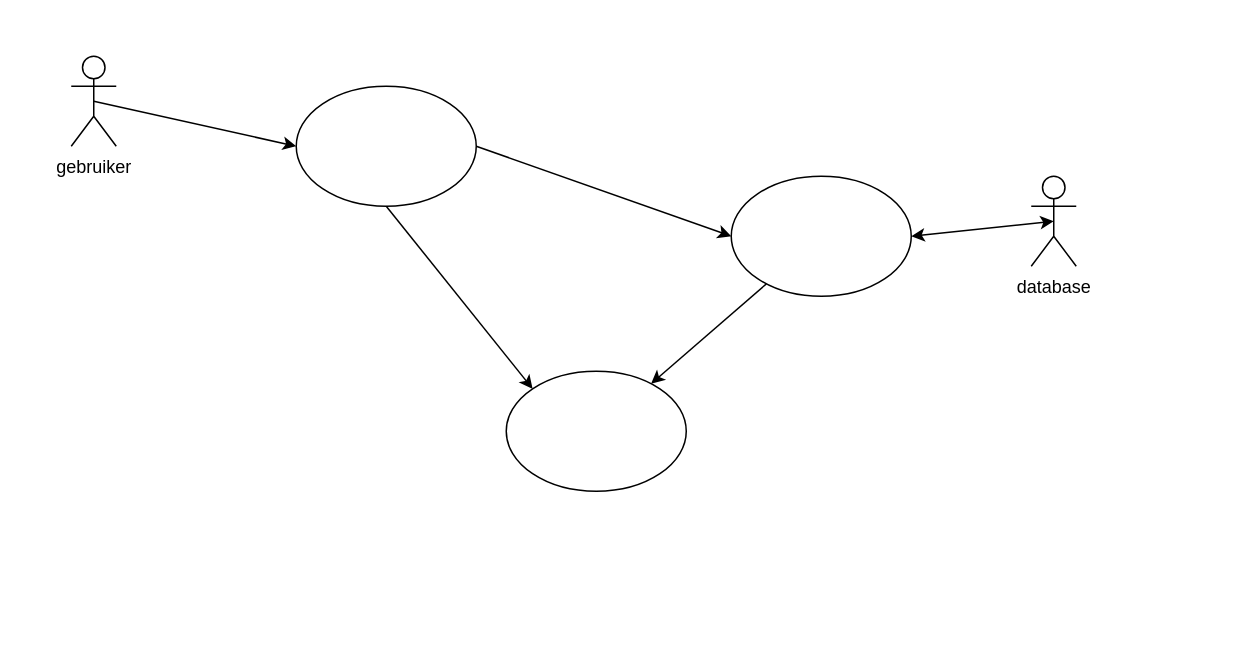
Above: Untitled Diagram.drawio in edwardwarnders/hello-world (draw.io), before the change. Source tidied: cells renumbered, new cells numbered last; positions are measured from the earlier drawing's top-left corner, leaving out a move shared by most shapes. Both pictures are drawn from the tidied source at 150%, with x=0, y=0 at pixel (70, 56).
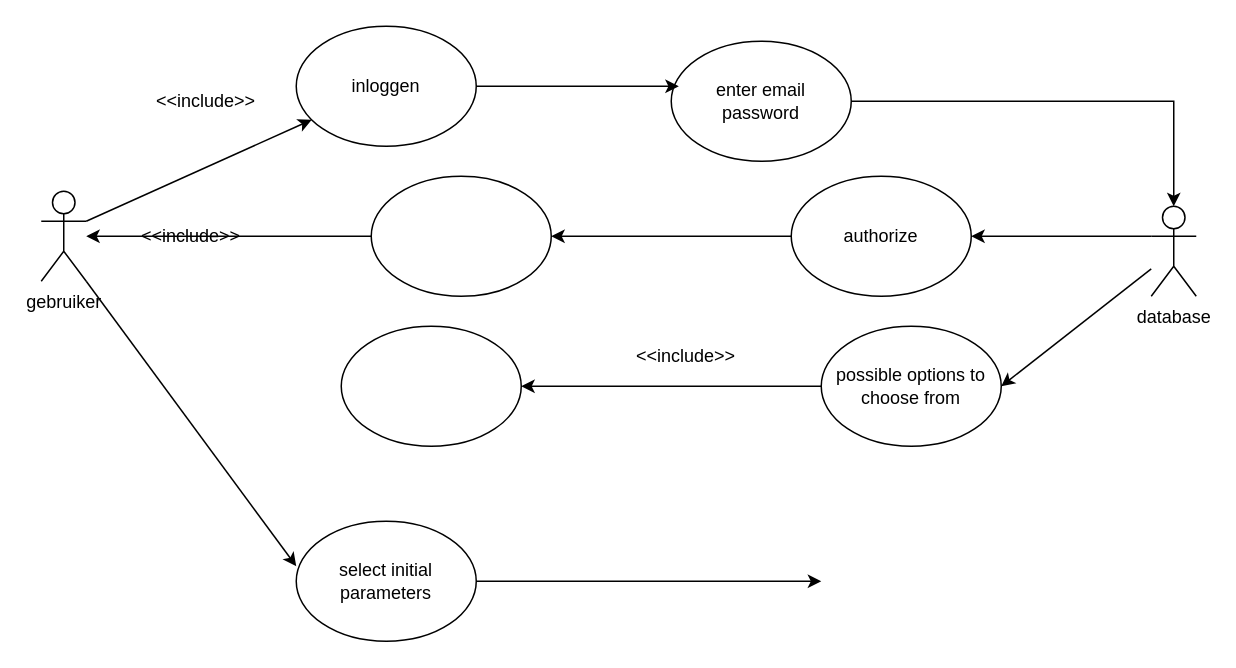
The same page after the edit.

The edit, as a diff of the source:
```diff
@@
     <mxCell id="2" value="gebruiker&lt;br&gt;" style="shape=umlActor;verticalLabelPosition=bottom;verticalAlign=top;html=1;outlineConnect=0;" parent="1" vertex="1">
-      <mxGeometry width="30" height="60" as="geometry" />
+      <mxGeometry x="-20" y="90" width="30" height="60" as="geometry" />
     </mxCell>
-    <mxCell id="3" style="ellipse;whiteSpace=wrap;html=1;" parent="1" vertex="1">
-      <mxGeometry x="440" y="80" width="120" height="80" as="geometry" />
+    <mxCell id="3" value="authorize" style="ellipse;whiteSpace=wrap;html=1;" parent="1" vertex="1">
+      <mxGeometry x="480" y="80" width="120" height="80" as="geometry" />
     </mxCell>
-    <mxCell id="4" style="ellipse;whiteSpace=wrap;html=1;" parent="1" vertex="1">
-      <mxGeometry x="150" y="20" width="120" height="80" as="geometry" />
+    <mxCell id="4" value="inloggen" style="ellipse;whiteSpace=wrap;html=1;" parent="1" vertex="1">
+      <mxGeometry x="150" y="-20" width="120" height="80" as="geometry" />
     </mxCell>
+    <mxCell id="6" value="database" style="shape=umlActor;verticalLabelPosition=bottom;verticalAlign=top;html=1;outlineConnect=0;" parent="1" vertex="1">
+      <mxGeometry x="720" y="100" width="30" height="60" as="geometry" />
+    </mxCell>
+    <mxCell id="12" style="edgeStyle=orthogonalEdgeStyle;rounded=0;jettySize=auto;html=1;exitX=1;exitY=0.5;exitDx=0;exitDy=0;" parent="1" edge="1" source="8" target="6">
+      <mxGeometry relative="1" as="geometry" />
+    </mxCell>
+    <mxCell id="8" value="enter email&lt;br&gt;password" style="ellipse;whiteSpace=wrap;html=1;" parent="1" vertex="1">
+      <mxGeometry x="400" y="-10" width="120" height="80" as="geometry" />
+    </mxCell>
-    <mxCell id="5" style="endArrow=classic;html=1;entryX=0;entryY=0.5;entryDx=0;entryDy=0;exitX=0.5;exitY=0.5;exitDx=0;exitDy=0;exitPerimeter=0;" parent="1" edge="1" source="2" target="4">
+    <mxCell id="5" style="endArrow=classic;html=1;exitX=1;exitY=0.3333333333333333;exitDx=0;exitDy=0;exitPerimeter=0;" parent="1" edge="1" source="2" target="4">
       <mxGeometry relative="1" as="geometry" />
     </mxCell>
-    <mxCell id="6" value="database" style="shape=umlActor;verticalLabelPosition=bottom;verticalAlign=top;html=1;outlineConnect=0;" parent="1" vertex="1">
-      <mxGeometry x="640" y="80" width="30" height="60" as="geometry" />
-    </mxCell>
-    <mxCell id="7" style="endArrow=classic;html=1;exitX=1;exitY=0.5;exitDx=0;exitDy=0;entryX=0;entryY=0.5;entryDx=0;entryDy=0;" parent="1" edge="1" source="4" target="3">
-      <mxGeometry relative="1" as="geometry" />
-    </mxCell>
-    <mxCell id="8" style="ellipse;whiteSpace=wrap;html=1;" parent="1" vertex="1">
-      <mxGeometry x="290" y="210" width="120" height="80" as="geometry" />
-    </mxCell>
+    <mxCell id="13" value="select initial parameters" style="ellipse;whiteSpace=wrap;html=1;" parent="1" vertex="1">
+      <mxGeometry x="150" y="310" width="120" height="80" as="geometry" />
+    </mxCell>
+    <mxCell id="14" style="edgeStyle=orthogonalEdgeStyle;rounded=0;jettySize=auto;html=1;entryX=1;entryY=0.5;entryDx=0;entryDy=0;" parent="1" edge="1" source="15" target="24">
+      <mxGeometry relative="1" as="geometry" />
+    </mxCell>
+    <mxCell id="15" value="possible options to choose from" style="ellipse;whiteSpace=wrap;html=1;" parent="1" vertex="1">
+      <mxGeometry x="500" y="180" width="120" height="80" as="geometry" />
+    </mxCell>
-    <mxCell id="9" style="endArrow=classic;html=1;entryX=0;entryY=0;entryDx=0;entryDy=0;exitX=0.5;exitY=1;exitDx=0;exitDy=0;" parent="1" edge="1" source="4" target="8">
+    <mxCell id="9" style="endArrow=classic;html=1;entryX=0.042;entryY=0.375;entryDx=0;entryDy=0;entryPerimeter=0;" parent="1" edge="1" source="4" target="8">
       <mxGeometry relative="1" as="geometry" />
     </mxCell>
-    <mxCell id="10" style="endArrow=classic;html=1;" parent="1" edge="1" source="3" target="8">
-      <mxGeometry relative="1" as="geometry" />
-    </mxCell>
-    <mxCell id="11" style="endArrow=classic;startArrow=classic;html=1;exitX=1;exitY=0.5;exitDx=0;exitDy=0;entryX=0.5;entryY=0.5;entryDx=0;entryDy=0;entryPerimeter=0;" parent="1" edge="1" source="3" target="6">
-      <mxGeometry relative="1" as="geometry" />
-    </mxCell>
+    <mxCell id="16" style="endArrow=classic;html=1;exitX=1;exitY=1;exitDx=0;exitDy=0;exitPerimeter=0;entryX=0;entryY=0.375;entryDx=0;entryDy=0;entryPerimeter=0;" parent="1" edge="1" source="2" target="13">
+      <mxGeometry relative="1" as="geometry" />
+    </mxCell>
+    <mxCell id="17" style="endArrow=classic;html=1;entryX=1;entryY=0.5;entryDx=0;entryDy=0;" parent="1" edge="1" source="6" target="15">
+      <mxGeometry relative="1" as="geometry" />
+    </mxCell>
+    <mxCell id="18" value="&amp;lt;&amp;lt;include&amp;gt;&amp;gt;" style="text;html=1;strokeColor=none;fillColor=none;align=center;verticalAlign=middle;whiteSpace=wrap;rounded=0;" parent="1" vertex="1">
+      <mxGeometry x="390" y="190" width="40" height="20" as="geometry" />
+    </mxCell>
+    <mxCell id="19" value="&amp;lt;&amp;lt;include&amp;gt;&amp;gt;" style="text;html=1;strokeColor=none;fillColor=none;align=center;verticalAlign=middle;whiteSpace=wrap;rounded=0;" parent="1" vertex="1">
+      <mxGeometry x="70" y="20" width="40" height="20" as="geometry" />
+    </mxCell>
+    <mxCell id="20" value="&amp;lt;&amp;lt;include&amp;gt;&amp;gt;" style="text;html=1;strokeColor=none;fillColor=none;align=center;verticalAlign=middle;whiteSpace=wrap;rounded=0;" parent="1" vertex="1">
+      <mxGeometry x="60" y="110" width="40" height="20" as="geometry" />
+    </mxCell>
+    <mxCell id="21" style="edgeStyle=orthogonalEdgeStyle;rounded=0;jettySize=auto;html=1;" parent="1" edge="1" source="22" target="2">
+      <mxGeometry relative="1" as="geometry" />
+    </mxCell>
+    <mxCell id="22" style="ellipse;whiteSpace=wrap;html=1;" parent="1" vertex="1">
+      <mxGeometry x="200" y="80" width="120" height="80" as="geometry" />
+    </mxCell>
+    <mxCell id="23" style="endArrow=classic;html=1;exitX=0;exitY=0.3333333333333333;exitDx=0;exitDy=0;exitPerimeter=0;entryX=1;entryY=0.5;entryDx=0;entryDy=0;" parent="1" edge="1" source="6" target="3">
+      <mxGeometry relative="1" as="geometry" />
+    </mxCell>
+    <mxCell id="24" style="ellipse;whiteSpace=wrap;html=1;" parent="1" vertex="1">
+      <mxGeometry x="180" y="180" width="120" height="80" as="geometry" />
+    </mxCell>
+    <mxCell id="25" style="endArrow=classic;html=1;exitX=1;exitY=0.5;exitDx=0;exitDy=0;" parent="1" edge="1" source="13">
+      <mxGeometry relative="1" as="geometry">
+        <mxPoint x="500" y="350" as="targetPoint" />
+      </mxGeometry>
+    </mxCell>
+    <mxCell id="26" style="edgeStyle=orthogonalEdgeStyle;rounded=0;jettySize=auto;html=1;exitX=0;exitY=0.5;exitDx=0;exitDy=0;entryX=1;entryY=0.5;entryDx=0;entryDy=0;" parent="1" edge="1" source="3" target="22">
+      <mxGeometry relative="1" as="geometry" />
+    </mxCell>
```
